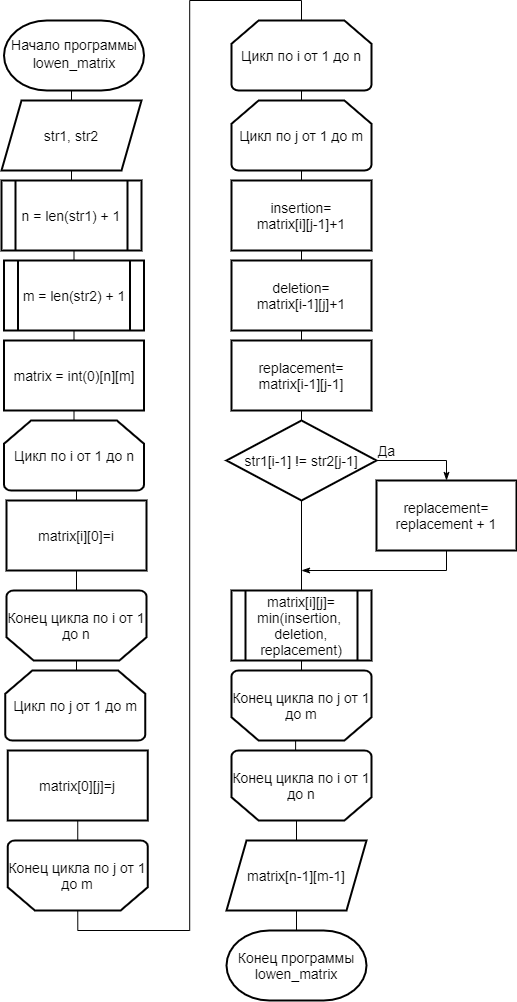
Before: lab1/report/inc/img/l_matrix.png, a diagram exported from draw.io (alena-zayts/BMSTU_5sem_analysis_of_algorithms). Source tidied: cells renumbered, new cells last; positions are measured from the earlier drawing's top-left corner, leaving out a move shared by most shapes.
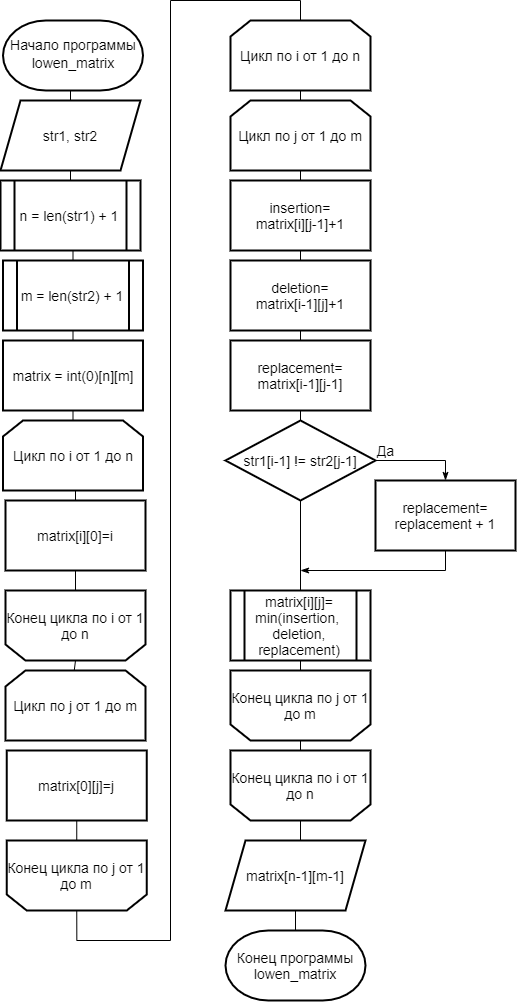
The same file after the commit.

The edit, as a diff of the source:
```diff
@@ -41,14 +41,12 @@
     <mxCell id="11" value="matrix = int(0)[n][m]" style="rounded=0;whiteSpace=wrap;html=1;strokeWidth=2;fontSize=14;" parent="1" vertex="1">
       <mxGeometry x="2.5" y="320" width="140" height="70" as="geometry" />
     </mxCell>
-    <mxCell id="12" style="edgeStyle=orthogonalEdgeStyle;rounded=0;jettySize=auto;html=1;exitX=0.5;exitY=1;exitDx=0;exitDy=0;exitPerimeter=0;entryX=0.5;entryY=0;entryDx=0;entryDy=0;endArrow=none;endFill=0;" parent="1" edge="1" source="13">
+    <mxCell id="12" style="edgeStyle=orthogonalEdgeStyle;rounded=0;orthogonalLoop=1;jettySize=auto;html=1;exitX=0.5;exitY=1;exitDx=0;exitDy=0;exitPerimeter=0;entryX=0.5;entryY=0;entryDx=0;entryDy=0;endArrow=none;endFill=0;" parent="1" edge="1">
       <mxGeometry relative="1" as="geometry">
+        <mxPoint x="72.5" y="470" as="sourcePoint" />
         <mxPoint x="75" y="480" as="targetPoint" />
       </mxGeometry>
     </mxCell>
-    <mxCell id="13" value="Цикл по i от 1 до n" style="strokeWidth=2;html=1;shape=mxgraph.flowchart.loop_limit;whiteSpace=wrap;fontSize=14;" parent="1" vertex="1">
-      <mxGeometry x="2.5" y="400" width="140" height="70" as="geometry" />
-    </mxCell>
     <mxCell id="14" value="matrix[i][0]=i" style="rounded=0;whiteSpace=wrap;html=1;strokeWidth=2;fontSize=14;" parent="1" vertex="1">
       <mxGeometry x="5" y="480" width="140" height="70" as="geometry" />
     </mxCell>
@@ -58,57 +56,56 @@
     <mxCell id="16" style="edgeStyle=orthogonalEdgeStyle;rounded=0;jettySize=auto;html=1;exitX=0.5;exitY=1;exitDx=0;exitDy=0;entryX=0.5;entryY=0;entryDx=0;entryDy=0;entryPerimeter=0;endArrow=none;endFill=0;fontSize=14;" parent="1" edge="1" source="18" target="15">
       <mxGeometry relative="1" as="geometry" />
     </mxCell>
-    <mxCell id="17" style="edgeStyle=orthogonalEdgeStyle;rounded=0;jettySize=auto;html=1;exitX=0.5;exitY=0;exitDx=0;exitDy=0;endArrow=none;endFill=0;" parent="1" edge="1" source="18" target="30">
-      <mxGeometry relative="1" as="geometry" />
+    <mxCell id="17" style="edgeStyle=orthogonalEdgeStyle;rounded=0;jettySize=auto;html=1;exitX=0.5;exitY=0;exitDx=0;exitDy=0;endArrow=none;endFill=0;" parent="1" edge="1" source="18">
+      <mxGeometry relative="1" as="geometry">
+        <mxPoint x="300" y="800" as="targetPoint" />
+      </mxGeometry>
     </mxCell>
     <mxCell id="18" value="matrix[n-1][m-1]" style="shape=parallelogram;perimeter=parallelogramPerimeter;whiteSpace=wrap;html=1;fixedSize=1;strokeWidth=2;fontSize=14;" parent="1" vertex="1">
       <mxGeometry x="225" y="820" width="140" height="70" as="geometry" />
     </mxCell>
-    <mxCell id="19" style="edgeStyle=orthogonalEdgeStyle;rounded=0;jettySize=auto;html=1;exitX=0.5;exitY=1;exitDx=0;exitDy=0;exitPerimeter=0;entryX=0.5;entryY=1;entryDx=0;entryDy=0;endArrow=none;endFill=0;" parent="1" edge="1" source="20" target="14">
-      <mxGeometry relative="1" as="geometry" />
+    <mxCell id="19" style="edgeStyle=orthogonalEdgeStyle;rounded=0;jettySize=auto;html=1;exitX=0.5;exitY=1;exitDx=0;exitDy=0;exitPerimeter=0;entryX=0.5;entryY=1;entryDx=0;entryDy=0;endArrow=none;endFill=0;" parent="1" edge="1" target="14">
+      <mxGeometry relative="1" as="geometry">
+        <mxPoint x="75" y="570" as="sourcePoint" />
+      </mxGeometry>
     </mxCell>
-    <mxCell id="20" value="Конец цикла по i от 1 до n" style="strokeWidth=2;html=1;shape=mxgraph.flowchart.loop_limit;whiteSpace=wrap;direction=west;fontSize=14;" parent="1" vertex="1">
-      <mxGeometry x="5" y="570" width="140" height="70" as="geometry" />
-    </mxCell>
-    <mxCell id="21" style="edgeStyle=orthogonalEdgeStyle;rounded=0;jettySize=auto;html=1;exitX=0.5;exitY=0;exitDx=0;exitDy=0;exitPerimeter=0;entryX=0.5;entryY=0;entryDx=0;entryDy=0;entryPerimeter=0;endArrow=none;endFill=0;" parent="1" edge="1" source="22" target="20">
-      <mxGeometry relative="1" as="geometry" />
+    <mxCell id="21" style="edgeStyle=orthogonalEdgeStyle;rounded=0;orthogonalLoop=1;jettySize=auto;html=1;exitX=0.5;exitY=0;exitDx=0;exitDy=0;exitPerimeter=0;entryX=0.5;entryY=0;entryDx=0;entryDy=0;entryPerimeter=0;endArrow=none;endFill=0;" parent="1" edge="1">
+      <mxGeometry relative="1" as="geometry">
+        <mxPoint x="73.8" y="650" as="sourcePoint" />
+        <mxPoint x="75" y="640" as="targetPoint" />
+      </mxGeometry>
     </mxCell>
-    <mxCell id="22" value="Цикл по j от 1 до m" style="strokeWidth=2;html=1;shape=mxgraph.flowchart.loop_limit;whiteSpace=wrap;fontSize=14;" parent="1" vertex="1">
-      <mxGeometry x="3.8" y="650" width="140" height="70" as="geometry" />
-    </mxCell>
     <mxCell id="23" value="matrix[0][j]=j" style="rounded=0;whiteSpace=wrap;html=1;strokeWidth=2;fontSize=14;" parent="1" vertex="1">
       <mxGeometry x="6.2" y="730" width="140" height="70" as="geometry" />
     </mxCell>
-    <mxCell id="24" style="edgeStyle=orthogonalEdgeStyle;rounded=0;jettySize=auto;html=1;exitX=0.5;exitY=1;exitDx=0;exitDy=0;exitPerimeter=0;entryX=0.5;entryY=1;entryDx=0;entryDy=0;endArrow=none;endFill=0;" parent="1" edge="1" source="26" target="23">
-      <mxGeometry relative="1" as="geometry" />
+    <mxCell id="24" style="edgeStyle=orthogonalEdgeStyle;rounded=0;jettySize=auto;html=1;exitX=0.5;exitY=1;exitDx=0;exitDy=0;exitPerimeter=0;entryX=0.5;entryY=1;entryDx=0;entryDy=0;endArrow=none;endFill=0;" parent="1" edge="1" target="23">
+      <mxGeometry relative="1" as="geometry">
+        <mxPoint x="76.2" y="820" as="sourcePoint" />
+      </mxGeometry>
     </mxCell>
-    <mxCell id="25" style="edgeStyle=orthogonalEdgeStyle;rounded=0;jettySize=auto;html=1;entryX=0.5;entryY=0;entryDx=0;entryDy=0;entryPerimeter=0;endArrow=none;endFill=0;exitX=0.5;exitY=0;exitDx=0;exitDy=0;exitPerimeter=0;" parent="1" edge="1" source="26" target="28">
-      <mxGeometry relative="1" as="geometry" />
+    <mxCell id="25" style="edgeStyle=orthogonalEdgeStyle;rounded=0;orthogonalLoop=1;jettySize=auto;html=1;entryX=0.5;entryY=0;entryDx=0;entryDy=0;entryPerimeter=0;endArrow=none;endFill=0;exitX=0.5;exitY=0;exitDx=0;exitDy=0;exitPerimeter=0;" parent="1" edge="1">
+      <mxGeometry relative="1" as="geometry">
+        <mxPoint x="76.2" y="890" as="sourcePoint" />
+        <mxPoint x="300" as="targetPoint" />
+        <Array as="points">
+          <mxPoint x="76" y="920" />
+          <mxPoint x="170" y="920" />
+          <mxPoint x="170" y="-20" />
+          <mxPoint x="300" y="-20" />
+        </Array>
+      </mxGeometry>
     </mxCell>
-    <mxCell id="26" value="Конец цикла по j от 1 до m" style="strokeWidth=2;html=1;shape=mxgraph.flowchart.loop_limit;whiteSpace=wrap;direction=west;fontSize=14;" parent="1" vertex="1">
-      <mxGeometry x="6.2" y="820" width="140" height="70" as="geometry" />
-    </mxCell>
-    <mxCell id="27" style="edgeStyle=orthogonalEdgeStyle;rounded=0;jettySize=auto;html=1;exitX=0.5;exitY=1;exitDx=0;exitDy=0;exitPerimeter=0;entryX=0.5;entryY=0;entryDx=0;entryDy=0;entryPerimeter=0;endArrow=none;endFill=0;" parent="1" edge="1" source="28" target="32">
-      <mxGeometry relative="1" as="geometry" />
+    <mxCell id="27" style="edgeStyle=orthogonalEdgeStyle;rounded=0;orthogonalLoop=1;jettySize=auto;html=1;exitX=0.5;exitY=1;exitDx=0;exitDy=0;exitPerimeter=0;entryX=0.5;entryY=0;entryDx=0;entryDy=0;entryPerimeter=0;endArrow=none;endFill=0;" parent="1" edge="1">
+      <mxGeometry relative="1" as="geometry">
+        <mxPoint x="300" y="70" as="sourcePoint" />
+        <mxPoint x="300" y="80" as="targetPoint" />
+      </mxGeometry>
     </mxCell>
-    <mxCell id="28" value="Цикл по i от 1 до n" style="strokeWidth=2;html=1;shape=mxgraph.flowchart.loop_limit;whiteSpace=wrap;fontSize=14;" parent="1" vertex="1">
-      <mxGeometry x="230" width="140" height="70" as="geometry" />
-    </mxCell>
-    <mxCell id="29" style="edgeStyle=orthogonalEdgeStyle;rounded=0;jettySize=auto;html=1;exitX=0.5;exitY=1;exitDx=0;exitDy=0;exitPerimeter=0;entryX=0.542;entryY=-0.003;entryDx=0;entryDy=0;entryPerimeter=0;endArrow=none;endFill=0;" parent="1" edge="1" source="30" target="33">
-      <mxGeometry relative="1" as="geometry" />
-    </mxCell>
-    <mxCell id="30" value="Конец цикла по i от 1 до n" style="strokeWidth=2;html=1;shape=mxgraph.flowchart.loop_limit;whiteSpace=wrap;direction=west;fontSize=14;" parent="1" vertex="1">
-      <mxGeometry x="230" y="730" width="140" height="70" as="geometry" />
-    </mxCell>
-    <mxCell id="31" style="edgeStyle=orthogonalEdgeStyle;rounded=0;jettySize=auto;html=1;exitX=0.5;exitY=1;exitDx=0;exitDy=0;exitPerimeter=0;entryX=0.5;entryY=0;entryDx=0;entryDy=0;endArrow=none;endFill=0;" parent="1" edge="1" source="32" target="35">
-      <mxGeometry relative="1" as="geometry" />
+    <mxCell id="31" style="edgeStyle=orthogonalEdgeStyle;rounded=0;jettySize=auto;html=1;exitX=0.5;exitY=1;exitDx=0;exitDy=0;exitPerimeter=0;entryX=0.5;entryY=0;entryDx=0;entryDy=0;endArrow=none;endFill=0;" parent="1" edge="1" target="35">
+      <mxGeometry relative="1" as="geometry">
+        <mxPoint x="300" y="150" as="sourcePoint" />
+      </mxGeometry>
     </mxCell>
-    <mxCell id="32" value="Цикл по j от 1 до m" style="strokeWidth=2;html=1;shape=mxgraph.flowchart.loop_limit;whiteSpace=wrap;fontSize=14;" parent="1" vertex="1">
-      <mxGeometry x="230" y="80" width="140" height="70" as="geometry" />
-    </mxCell>
-    <mxCell id="33" value="Конец цикла по j от 1 до m" style="strokeWidth=2;html=1;shape=mxgraph.flowchart.loop_limit;whiteSpace=wrap;direction=west;fontSize=14;" parent="1" vertex="1">
-      <mxGeometry x="230" y="650" width="140" height="70" as="geometry" />
-    </mxCell>
     <mxCell id="34" style="edgeStyle=orthogonalEdgeStyle;rounded=0;jettySize=auto;html=1;exitX=0.5;exitY=1;exitDx=0;exitDy=0;entryX=0.5;entryY=0;entryDx=0;entryDy=0;endArrow=none;endFill=0;" parent="1" edge="1" source="35" target="37">
       <mxGeometry relative="1" as="geometry" />
     </mxCell>
@@ -147,11 +144,40 @@
     <mxCell id="44" value="replacement=&lt;br&gt;replacement + 1" style="rounded=0;whiteSpace=wrap;html=1;strokeWidth=2;fontSize=14;" parent="1" vertex="1">
       <mxGeometry x="375" y="460" width="140" height="70" as="geometry" />
     </mxCell>
-    <mxCell id="45" style="edgeStyle=orthogonalEdgeStyle;rounded=0;jettySize=auto;html=1;exitX=0.5;exitY=1;exitDx=0;exitDy=0;entryX=0.5;entryY=1;entryDx=0;entryDy=0;entryPerimeter=0;endArrow=none;endFill=0;" parent="1" edge="1" source="46" target="33">
-      <mxGeometry relative="1" as="geometry" />
+    <mxCell id="45" style="edgeStyle=orthogonalEdgeStyle;rounded=0;jettySize=auto;html=1;exitX=0.5;exitY=1;exitDx=0;exitDy=0;entryX=0.5;entryY=1;entryDx=0;entryDy=0;entryPerimeter=0;endArrow=none;endFill=0;" parent="1" edge="1" source="46">
+      <mxGeometry relative="1" as="geometry">
+        <mxPoint x="300" y="650" as="targetPoint" />
+      </mxGeometry>
     </mxCell>
     <mxCell id="46" value="matrix[i][j]=&lt;br&gt;min(insertion,&amp;nbsp; deletion, replacement)" style="shape=process;whiteSpace=wrap;html=1;backgroundOutline=1;strokeWidth=2;fontSize=14;" parent="1" vertex="1">
       <mxGeometry x="230" y="570" width="140" height="70" as="geometry" />
     </mxCell>
+    <mxCell id="47" value="&lt;span style=&quot;font-size: 14px&quot;&gt;Цикл по i от 1 до n&lt;/span&gt;" style="shape=loopLimit;whiteSpace=wrap;html=1;strokeWidth=2;" parent="1" vertex="1">
+      <mxGeometry x="2.5" y="400" width="140" height="70" as="geometry" />
+    </mxCell>
+    <mxCell id="48" value="&lt;span style=&quot;font-size: 14px&quot;&gt;Цикл по j от 1 до m&lt;/span&gt;" style="shape=loopLimit;whiteSpace=wrap;html=1;strokeWidth=2;" parent="1" vertex="1">
+      <mxGeometry x="5" y="650" width="140" height="70" as="geometry" />
+    </mxCell>
+    <mxCell id="49" value="&lt;span style=&quot;font-size: 14px&quot;&gt;Конец цикла по i от 1 до n&lt;/span&gt;" style="shape=loopLimit;whiteSpace=wrap;html=1;strokeWidth=2;direction=west;" parent="1" vertex="1">
+      <mxGeometry x="5" y="570" width="140" height="70" as="geometry" />
+    </mxCell>
+    <mxCell id="50" value="&lt;span style=&quot;font-size: 14px&quot;&gt;Конец цикла по j от 1 до m&lt;/span&gt;" style="shape=loopLimit;whiteSpace=wrap;html=1;strokeWidth=2;direction=west;" parent="1" vertex="1">
+      <mxGeometry x="6.2" y="820" width="140" height="70" as="geometry" />
+    </mxCell>
+    <mxCell id="51" value="&lt;span style=&quot;font-size: 14px&quot;&gt;Цикл по i от 1 до n&lt;/span&gt;" style="shape=loopLimit;whiteSpace=wrap;html=1;strokeWidth=2;" parent="1" vertex="1">
+      <mxGeometry x="230" width="140" height="70" as="geometry" />
+    </mxCell>
+    <mxCell id="52" value="&lt;span style=&quot;font-size: 14px&quot;&gt;Цикл по j от 1 до m&lt;/span&gt;" style="shape=loopLimit;whiteSpace=wrap;html=1;strokeWidth=2;" parent="1" vertex="1">
+      <mxGeometry x="230" y="80" width="140" height="70" as="geometry" />
+    </mxCell>
+    <mxCell id="53" value="&lt;span style=&quot;font-size: 14px&quot;&gt;Конец цикла по j от 1 до m&lt;/span&gt;" style="shape=loopLimit;whiteSpace=wrap;html=1;strokeWidth=2;direction=west;" parent="1" vertex="1">
+      <mxGeometry x="230" y="650" width="140" height="70" as="geometry" />
+    </mxCell>
+    <mxCell id="54" style="edgeStyle=orthogonalEdgeStyle;rounded=0;jettySize=auto;html=1;exitX=0.5;exitY=1;exitDx=0;exitDy=0;entryX=0.5;entryY=0;entryDx=0;entryDy=0;endArrow=none;endFill=0;" parent="1" edge="1" source="55" target="53">
+      <mxGeometry relative="1" as="geometry" />
+    </mxCell>
+    <mxCell id="55" value="&lt;span style=&quot;font-size: 14px&quot;&gt;Конец цикла по i от 1 до n&lt;/span&gt;" style="shape=loopLimit;whiteSpace=wrap;html=1;strokeWidth=2;direction=west;" parent="1" vertex="1">
+      <mxGeometry x="230" y="730" width="140" height="70" as="geometry" />
+    </mxCell>
   </root>
 </mxGraphModel>
```
